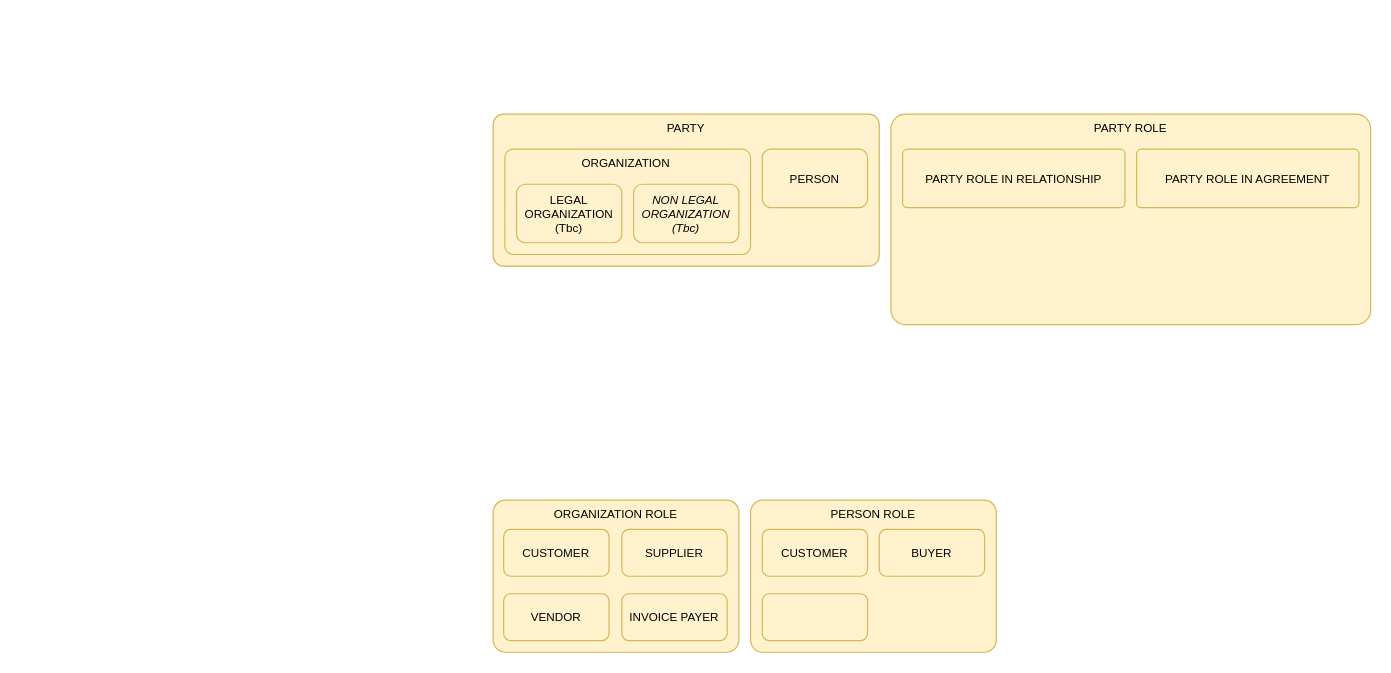
Above: page "Page-5" (5 of 5) of docs/modeling/Customer-Manutan.drawio in pastel-gbetoho/PastelGbetoho-data-library (draw.io), before the change. Source tidied: cells renumbered, new cells numbered last; positions are measured from the earlier drawing's top-left corner, leaving out a move shared by most shapes. Both pictures are drawn from the tidied source at 117%, with x=0, y=0 at pixel (493, 113).
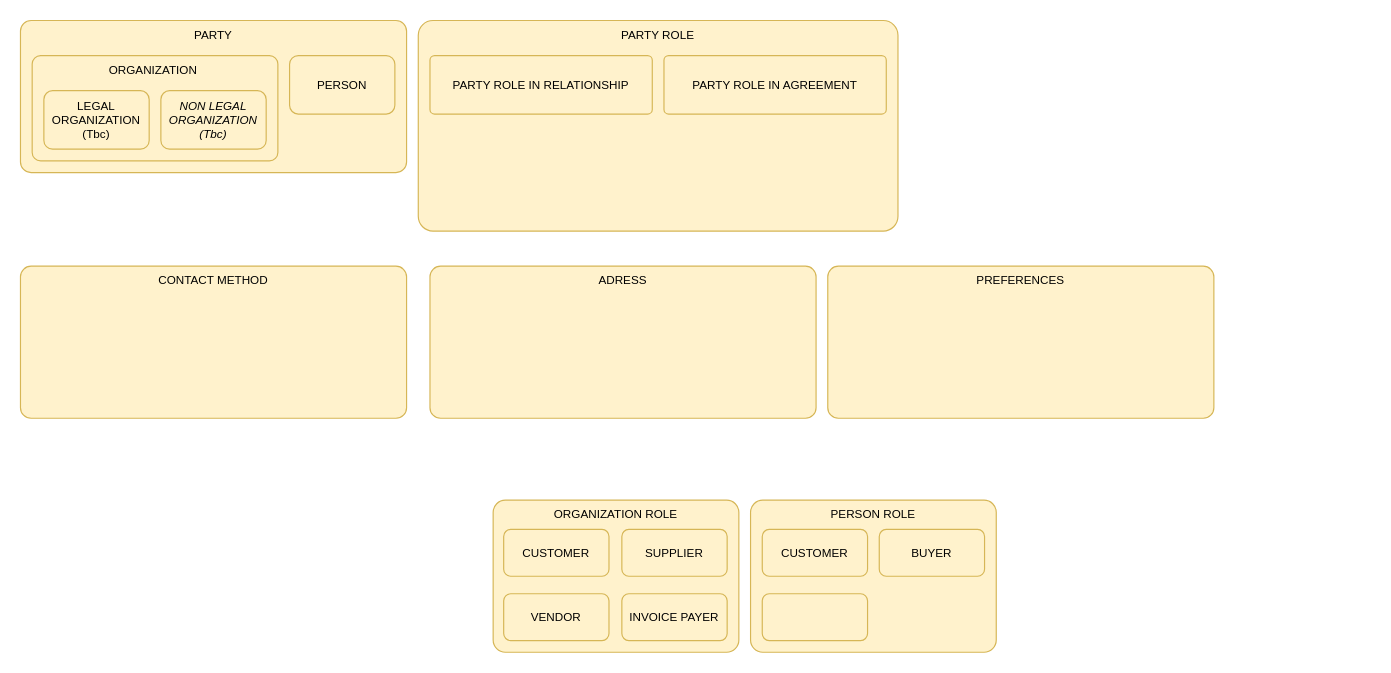
Above is the later version.

Commit message:
Mettre à jour Customer-Manutan.drawio

Change to the diagram source:
```diff
@@
     <mxCell id="2" value="PARTY" style="rounded=1;whiteSpace=wrap;html=1;fillColor=#fff2cc;strokeColor=#d6b656;arcSize=7;verticalAlign=top;fontSize=10;" parent="1" vertex="1">
-      <mxGeometry width="330" height="130" as="geometry" />
+      <mxGeometry x="-404" y="-80" width="330" height="130" as="geometry" />
     </mxCell>
     <mxCell id="3" value="ORGANIZATION&amp;nbsp;" style="rounded=1;whiteSpace=wrap;html=1;fillColor=#fff2cc;strokeColor=#d6b656;verticalAlign=top;arcSize=8;fontSize=10;" parent="1" vertex="1">
-      <mxGeometry x="10" y="30" width="210" height="90" as="geometry" />
+      <mxGeometry x="-394" y="-50" width="210" height="90" as="geometry" />
     </mxCell>
     <mxCell id="4" value="LEGAL ORGANIZATION (Tbc)" style="rounded=1;whiteSpace=wrap;html=1;fillColor=#fff2cc;strokeColor=#d6b656;fontSize=10;" parent="1" vertex="1">
-      <mxGeometry x="20" y="60" width="90" height="50" as="geometry" />
+      <mxGeometry x="-384" y="-20" width="90" height="50" as="geometry" />
     </mxCell>
     <mxCell id="5" value="NON LEGAL ORGANIZATION (Tbc)" style="rounded=1;whiteSpace=wrap;html=1;fillColor=#fff2cc;strokeColor=#d6b656;fontStyle=2;fontSize=10;" parent="1" vertex="1">
-      <mxGeometry x="120" y="60" width="90" height="50" as="geometry" />
+      <mxGeometry x="-284" y="-20" width="90" height="50" as="geometry" />
     </mxCell>
     <mxCell id="6" value="PERSON" style="rounded=1;whiteSpace=wrap;html=1;fillColor=#fff2cc;strokeColor=#d6b656;fontSize=10;" parent="1" vertex="1">
-      <mxGeometry x="230" y="30" width="90" height="50" as="geometry" />
+      <mxGeometry x="-174" y="-50" width="90" height="50" as="geometry" />
     </mxCell>
     <mxCell id="7" value="PARTY ROLE" style="rounded=1;whiteSpace=wrap;html=1;fillColor=#fff2cc;strokeColor=#d6b656;arcSize=7;verticalAlign=top;fontSize=10;" parent="1" vertex="1">
-      <mxGeometry x="340" width="410" height="180" as="geometry" />
+      <mxGeometry x="-64" y="-80" width="410" height="180" as="geometry" />
     </mxCell>
@@
     <mxCell id="17" value="PARTY ROLE IN RELATIONSHIP" style="rounded=1;whiteSpace=wrap;html=1;fillColor=#fff2cc;strokeColor=#d6b656;verticalAlign=middle;arcSize=8;fontSize=10;" parent="1" vertex="1">
-      <mxGeometry x="350" y="30" width="190" height="50" as="geometry" />
+      <mxGeometry x="-54" y="-50" width="190" height="50" as="geometry" />
     </mxCell>
     <mxCell id="18" value="PARTY ROLE IN AGREEMENT" style="rounded=1;whiteSpace=wrap;html=1;fillColor=#fff2cc;strokeColor=#d6b656;verticalAlign=middle;arcSize=8;fontSize=10;" parent="1" vertex="1">
-      <mxGeometry x="550" y="30" width="190" height="50" as="geometry" />
+      <mxGeometry x="146" y="-50" width="190" height="50" as="geometry" />
     </mxCell>
+    <mxCell id="19" value="CONTACT METHOD" style="rounded=1;whiteSpace=wrap;html=1;fillColor=#fff2cc;strokeColor=#d6b656;arcSize=7;verticalAlign=top;fontSize=10;" parent="1" vertex="1">
+      <mxGeometry x="-404" y="130" width="330" height="130" as="geometry" />
+    </mxCell>
+    <mxCell id="20" value="ADRESS" style="rounded=1;whiteSpace=wrap;html=1;fillColor=#fff2cc;strokeColor=#d6b656;arcSize=7;verticalAlign=top;fontSize=10;" parent="1" vertex="1">
+      <mxGeometry x="-54" y="130" width="330" height="130" as="geometry" />
+    </mxCell>
+    <mxCell id="21" value="PREFERENCES" style="rounded=1;whiteSpace=wrap;html=1;fillColor=#fff2cc;strokeColor=#d6b656;arcSize=7;verticalAlign=top;fontSize=10;" parent="1" vertex="1">
+      <mxGeometry x="286" y="130" width="330" height="130" as="geometry" />
+    </mxCell>
```
